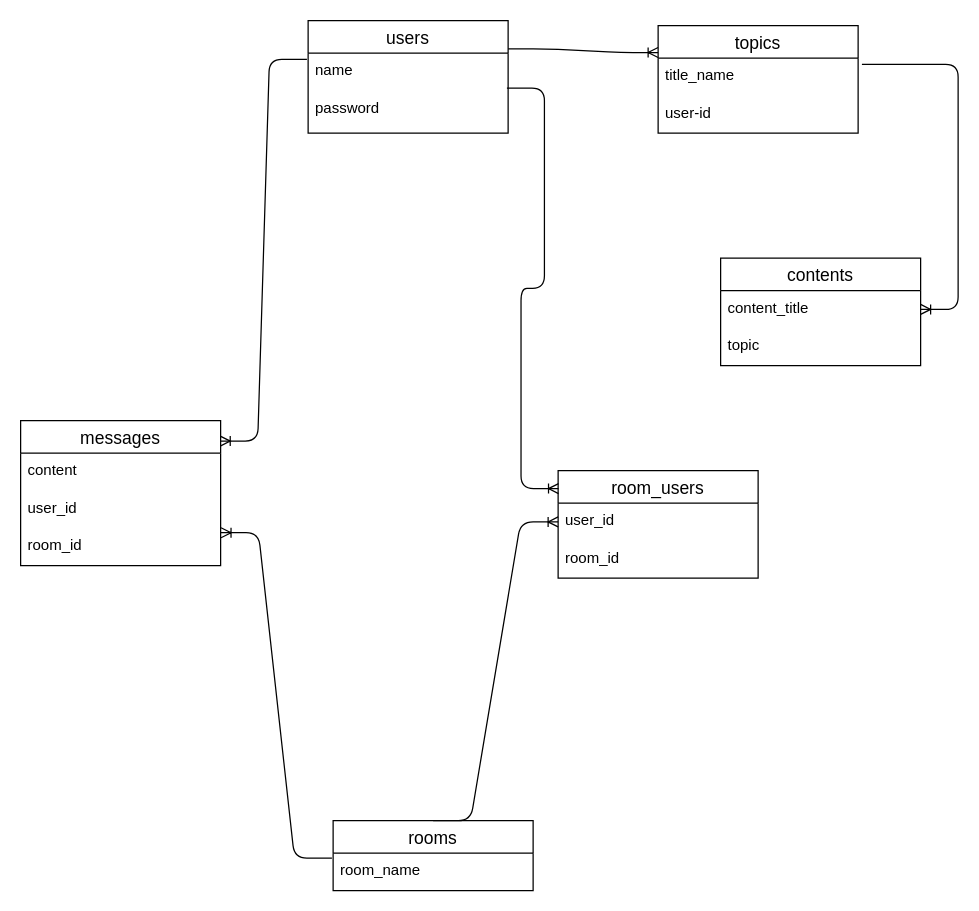
This is page "ページ1" (1 of 2) of ER.dio from ishsho/contact_note, a draw.io file, before an edit. Source tidied: cells renumbered, new cells numbered last; positions are measured from the earlier drawing's top-left corner, leaving out a move shared by most shapes. Both pictures are drawn from the tidied source at 125%, with x=0, y=0 at pixel (20, 20).
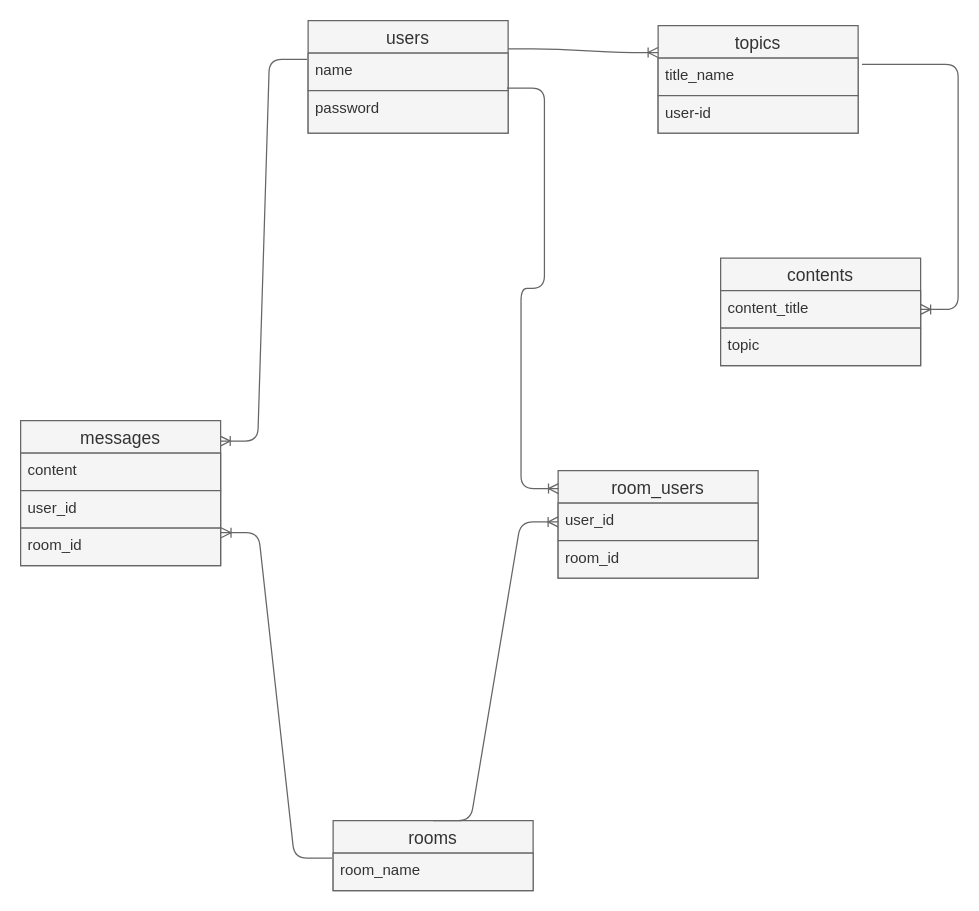
Above is the later version.

Diff of the diagram source:
```diff
@@
-    <mxCell id="2" value="users" style="swimlane;fontStyle=0;horizontal=1;startSize=26;align=center;fontSize=14;" parent="1" vertex="1">
+    <mxCell id="2" value="users" style="swimlane;fontStyle=0;horizontal=1;startSize=26;align=center;fontSize=14;fillColor=#f5f5f5;fontColor=#333333;strokeColor=#666666;" parent="1" vertex="1">
       <mxGeometry x="230" width="160" height="90" as="geometry" />
     </mxCell>
-    <mxCell id="3" value="name" style="text;strokeColor=none;fillColor=none;spacingLeft=4;spacingRight=4;overflow=hidden;points=[[0,0.5],[1,0.5]];portConstraint=eastwest;fontSize=12;" parent="2" vertex="1">
+    <mxCell id="3" value="name" style="text;strokeColor=#666666;fillColor=#f5f5f5;spacingLeft=4;spacingRight=4;overflow=hidden;points=[[0,0.5],[1,0.5]];portConstraint=eastwest;fontSize=12;fontColor=#333333;" parent="2" vertex="1">
       <mxGeometry y="26" width="160" height="30" as="geometry" />
     </mxCell>
-    <mxCell id="4" value="password" style="text;strokeColor=none;fillColor=none;spacingLeft=4;spacingRight=4;overflow=hidden;points=[[0,0.5],[1,0.5]];portConstraint=eastwest;fontSize=12;" parent="2" vertex="1">
+    <mxCell id="4" value="password" style="text;strokeColor=#666666;fillColor=#f5f5f5;spacingLeft=4;spacingRight=4;overflow=hidden;points=[[0,0.5],[1,0.5]];portConstraint=eastwest;fontSize=12;fontColor=#333333;" parent="2" vertex="1">
       <mxGeometry y="56" width="160" height="34" as="geometry" />
     </mxCell>
-    <mxCell id="5" value="topics" style="swimlane;fontStyle=0;horizontal=1;startSize=26;align=center;fontSize=14;" parent="1" vertex="1">
+    <mxCell id="5" value="topics" style="swimlane;fontStyle=0;horizontal=1;startSize=26;align=center;fontSize=14;fillColor=#f5f5f5;fontColor=#333333;strokeColor=#666666;" parent="1" vertex="1">
       <mxGeometry x="510" y="4" width="160" height="86" as="geometry" />
     </mxCell>
-    <mxCell id="6" value="title_name" style="text;strokeColor=none;fillColor=none;spacingLeft=4;spacingRight=4;overflow=hidden;points=[[0,0.5],[1,0.5]];portConstraint=eastwest;fontSize=12;" parent="5" vertex="1">
+    <mxCell id="6" value="title_name" style="text;strokeColor=#666666;fillColor=#f5f5f5;spacingLeft=4;spacingRight=4;overflow=hidden;points=[[0,0.5],[1,0.5]];portConstraint=eastwest;fontSize=12;fontColor=#333333;" parent="5" vertex="1">
       <mxGeometry y="26" width="160" height="30" as="geometry" />
     </mxCell>
-    <mxCell id="7" value="user-id" style="text;strokeColor=none;fillColor=none;spacingLeft=4;spacingRight=4;overflow=hidden;fontSize=12;" parent="5" vertex="1">
+    <mxCell id="7" value="user-id" style="text;strokeColor=#666666;fillColor=#f5f5f5;spacingLeft=4;spacingRight=4;overflow=hidden;fontSize=12;fontColor=#333333;" parent="5" vertex="1">
       <mxGeometry y="56" width="160" height="30" as="geometry" />
     </mxCell>
-    <mxCell id="8" value="contents" style="swimlane;fontStyle=0;horizontal=1;startSize=26;align=center;fontSize=14;" parent="1" vertex="1">
+    <mxCell id="8" value="contents" style="swimlane;fontStyle=0;horizontal=1;startSize=26;align=center;fontSize=14;fillColor=#f5f5f5;fontColor=#333333;strokeColor=#666666;" parent="1" vertex="1">
       <mxGeometry x="560" y="190" width="160" height="86" as="geometry" />
     </mxCell>
-    <mxCell id="9" value="content_title" style="text;strokeColor=none;fillColor=none;spacingLeft=4;spacingRight=4;overflow=hidden;points=[[0,0.5],[1,0.5]];portConstraint=eastwest;fontSize=12;" parent="8" vertex="1">
+    <mxCell id="9" value="content_title" style="text;strokeColor=#666666;fillColor=#f5f5f5;spacingLeft=4;spacingRight=4;overflow=hidden;points=[[0,0.5],[1,0.5]];portConstraint=eastwest;fontSize=12;fontColor=#333333;" parent="8" vertex="1">
       <mxGeometry y="26" width="160" height="30" as="geometry" />
     </mxCell>
-    <mxCell id="10" value="topic" style="text;strokeColor=none;fillColor=none;spacingLeft=4;spacingRight=4;overflow=hidden;fontSize=12;" parent="8" vertex="1">
+    <mxCell id="10" value="topic" style="text;strokeColor=#666666;fillColor=#f5f5f5;spacingLeft=4;spacingRight=4;overflow=hidden;fontSize=12;fontColor=#333333;" parent="8" vertex="1">
       <mxGeometry y="56" width="160" height="30" as="geometry" />
     </mxCell>
-    <mxCell id="11" value="rooms" style="swimlane;fontStyle=0;horizontal=1;startSize=26;align=center;fontSize=14;" parent="1" vertex="1">
+    <mxCell id="11" value="rooms" style="swimlane;fontStyle=0;horizontal=1;startSize=26;align=center;fontSize=14;fillColor=#f5f5f5;fontColor=#333333;strokeColor=#666666;" parent="1" vertex="1">
       <mxGeometry x="250" y="640" width="160" height="56" as="geometry" />
     </mxCell>
-    <mxCell id="12" value="room_name" style="text;strokeColor=none;fillColor=none;spacingLeft=4;spacingRight=4;overflow=hidden;points=[[0,0.5],[1,0.5]];portConstraint=eastwest;fontSize=12;" parent="11" vertex="1">
+    <mxCell id="12" value="room_name" style="text;strokeColor=#666666;fillColor=#f5f5f5;spacingLeft=4;spacingRight=4;overflow=hidden;points=[[0,0.5],[1,0.5]];portConstraint=eastwest;fontSize=12;fontColor=#333333;" parent="11" vertex="1">
       <mxGeometry y="26" width="160" height="30" as="geometry" />
     </mxCell>
-    <mxCell id="13" style="edgeStyle=entityRelationEdgeStyle;fontSize=12;html=1;endArrow=ERoneToMany;exitX=1;exitY=0.25;exitDx=0;exitDy=0;entryX=0;entryY=0.25;entryDx=0;entryDy=0;strokeWidth=1;" parent="1" edge="1" source="2" target="5">
+    <mxCell id="13" style="edgeStyle=entityRelationEdgeStyle;fontSize=12;html=1;endArrow=ERoneToMany;exitX=1;exitY=0.25;exitDx=0;exitDy=0;entryX=0;entryY=0.25;entryDx=0;entryDy=0;strokeWidth=1;fillColor=#f5f5f5;strokeColor=#666666;" parent="1" edge="1" source="2" target="5">
       <mxGeometry relative="1" as="geometry" />
     </mxCell>
-    <mxCell id="14" style="edgeStyle=entityRelationEdgeStyle;fontSize=12;html=1;endArrow=ERoneToMany;strokeWidth=1;exitX=-0.006;exitY=0.167;exitDx=0;exitDy=0;exitPerimeter=0;entryX=0.998;entryY=0.141;entryDx=0;entryDy=0;entryPerimeter=0;" parent="1" edge="1" source="3" target="16">
+    <mxCell id="14" style="edgeStyle=entityRelationEdgeStyle;fontSize=12;html=1;endArrow=ERoneToMany;strokeWidth=1;exitX=-0.006;exitY=0.167;exitDx=0;exitDy=0;exitPerimeter=0;entryX=0.998;entryY=0.141;entryDx=0;entryDy=0;entryPerimeter=0;fillColor=#f5f5f5;strokeColor=#666666;" parent="1" edge="1" source="3" target="16">
       <mxGeometry relative="1" as="geometry" />
     </mxCell>
-    <mxCell id="15" style="edgeStyle=entityRelationEdgeStyle;fontSize=12;html=1;endArrow=ERoneToMany;exitX=1.019;exitY=0.167;exitDx=0;exitDy=0;exitPerimeter=0;" parent="1" edge="1" source="6" target="9">
+    <mxCell id="15" style="edgeStyle=entityRelationEdgeStyle;fontSize=12;html=1;endArrow=ERoneToMany;exitX=1.019;exitY=0.167;exitDx=0;exitDy=0;exitPerimeter=0;fillColor=#f5f5f5;strokeColor=#666666;" parent="1" edge="1" source="6" target="9">
       <mxGeometry relative="1" as="geometry" />
     </mxCell>
-    <mxCell id="16" value="messages" style="swimlane;fontStyle=0;horizontal=1;startSize=26;align=center;fontSize=14;" parent="1" vertex="1">
+    <mxCell id="16" value="messages" style="swimlane;fontStyle=0;horizontal=1;startSize=26;align=center;fontSize=14;fillColor=#f5f5f5;fontColor=#333333;strokeColor=#666666;" parent="1" vertex="1">
       <mxGeometry y="320" width="160" height="116" as="geometry" />
     </mxCell>
-    <mxCell id="17" value="content" style="text;strokeColor=none;fillColor=none;spacingLeft=4;spacingRight=4;overflow=hidden;fontSize=12;" parent="16" vertex="1">
+    <mxCell id="17" value="content" style="text;strokeColor=#666666;fillColor=#f5f5f5;spacingLeft=4;spacingRight=4;overflow=hidden;fontSize=12;fontColor=#333333;" parent="16" vertex="1">
       <mxGeometry y="26" width="160" height="30" as="geometry" />
     </mxCell>
-    <mxCell id="18" value="user_id" style="text;strokeColor=none;fillColor=none;spacingLeft=4;spacingRight=4;overflow=hidden;fontSize=12;" parent="16" vertex="1">
+    <mxCell id="18" value="user_id" style="text;strokeColor=#666666;fillColor=#f5f5f5;spacingLeft=4;spacingRight=4;overflow=hidden;fontSize=12;fontColor=#333333;" parent="16" vertex="1">
       <mxGeometry y="56" width="160" height="30" as="geometry" />
     </mxCell>
-    <mxCell id="19" value="room_id" style="text;strokeColor=none;fillColor=none;spacingLeft=4;spacingRight=4;overflow=hidden;points=[[0,0.5],[1,0.5]];portConstraint=eastwest;fontSize=12;" parent="16" vertex="1">
+    <mxCell id="19" value="room_id" style="text;strokeColor=#666666;fillColor=#f5f5f5;spacingLeft=4;spacingRight=4;overflow=hidden;points=[[0,0.5],[1,0.5]];portConstraint=eastwest;fontSize=12;fontColor=#333333;" parent="16" vertex="1">
       <mxGeometry y="86" width="160" height="30" as="geometry" />
     </mxCell>
-    <mxCell id="20" value="room_users" style="swimlane;fontStyle=0;horizontal=1;startSize=26;align=center;fontSize=14;" parent="1" vertex="1">
+    <mxCell id="20" value="room_users" style="swimlane;fontStyle=0;horizontal=1;startSize=26;align=center;fontSize=14;fillColor=#f5f5f5;fontColor=#333333;strokeColor=#666666;" parent="1" vertex="1">
       <mxGeometry x="430" y="360" width="160" height="86" as="geometry" />
     </mxCell>
-    <mxCell id="21" value="user_id" style="text;strokeColor=none;fillColor=none;spacingLeft=4;spacingRight=4;overflow=hidden;points=[[0,0.5],[1,0.5]];portConstraint=eastwest;fontSize=12;" parent="20" vertex="1">
+    <mxCell id="21" value="user_id" style="text;strokeColor=#666666;fillColor=#f5f5f5;spacingLeft=4;spacingRight=4;overflow=hidden;points=[[0,0.5],[1,0.5]];portConstraint=eastwest;fontSize=12;fontColor=#333333;" parent="20" vertex="1">
       <mxGeometry y="26" width="160" height="30" as="geometry" />
     </mxCell>
-    <mxCell id="22" value="room_id" style="text;strokeColor=none;fillColor=none;spacingLeft=4;spacingRight=4;overflow=hidden;fontSize=12;" parent="20" vertex="1">
+    <mxCell id="22" value="room_id" style="text;strokeColor=#666666;fillColor=#f5f5f5;spacingLeft=4;spacingRight=4;overflow=hidden;fontSize=12;fontColor=#333333;" parent="20" vertex="1">
       <mxGeometry y="56" width="160" height="30" as="geometry" />
     </mxCell>
-    <mxCell id="23" style="edgeStyle=entityRelationEdgeStyle;fontSize=12;html=1;endArrow=ERoneToMany;exitX=0.994;exitY=-0.059;exitDx=0;exitDy=0;exitPerimeter=0;entryX=0.002;entryY=0.167;entryDx=0;entryDy=0;entryPerimeter=0;" parent="1" edge="1" source="4" target="20">
+    <mxCell id="23" style="edgeStyle=entityRelationEdgeStyle;fontSize=12;html=1;endArrow=ERoneToMany;exitX=0.994;exitY=-0.059;exitDx=0;exitDy=0;exitPerimeter=0;entryX=0.002;entryY=0.167;entryDx=0;entryDy=0;entryPerimeter=0;fillColor=#f5f5f5;strokeColor=#666666;" parent="1" edge="1" source="4" target="20">
       <mxGeometry relative="1" as="geometry" />
     </mxCell>
-    <mxCell id="24" style="edgeStyle=entityRelationEdgeStyle;fontSize=12;html=1;endArrow=ERoneToMany;entryX=0;entryY=0.5;entryDx=0;entryDy=0;exitX=0.5;exitY=0;exitDx=0;exitDy=0;" parent="1" edge="1" source="11" target="21">
+    <mxCell id="24" style="edgeStyle=entityRelationEdgeStyle;fontSize=12;html=1;endArrow=ERoneToMany;entryX=0;entryY=0.5;entryDx=0;entryDy=0;exitX=0.5;exitY=0;exitDx=0;exitDy=0;fillColor=#f5f5f5;strokeColor=#666666;" parent="1" edge="1" source="11" target="21">
       <mxGeometry relative="1" as="geometry" />
     </mxCell>
-    <mxCell id="25" style="edgeStyle=entityRelationEdgeStyle;fontSize=12;html=1;endArrow=ERoneToMany;entryX=1.002;entryY=0.122;entryDx=0;entryDy=0;entryPerimeter=0;exitX=-0.006;exitY=0.133;exitDx=0;exitDy=0;exitPerimeter=0;" parent="1" edge="1" source="12" target="19">
+    <mxCell id="25" style="edgeStyle=entityRelationEdgeStyle;fontSize=12;html=1;endArrow=ERoneToMany;entryX=1.002;entryY=0.122;entryDx=0;entryDy=0;entryPerimeter=0;exitX=-0.006;exitY=0.133;exitDx=0;exitDy=0;exitPerimeter=0;fillColor=#f5f5f5;strokeColor=#666666;" parent="1" edge="1" source="12" target="19">
       <mxGeometry relative="1" as="geometry" />
     </mxCell>
```
